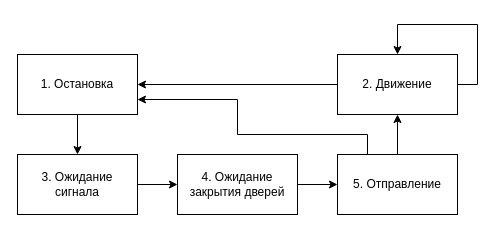
The draw.io diagram lab4/graph/cabin.drawio in NikitaKot1/OOP, before the edit. Source tidied: cells renumbered, new cells numbered last; positions are measured from the earlier drawing's top-left corner, leaving out a move shared by most shapes. Both pictures are drawn from the tidied source at 100%, with x=0, y=0 at pixel (17, 24).
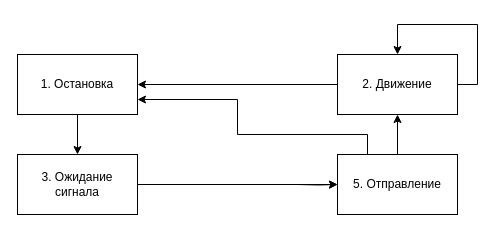
Above is the later version.

Diff of the diagram source:
```diff
@@
 <mxGraphModel>
   <root>
     <mxCell id="0" />
     <mxCell id="1" parent="0" />
     <mxCell id="2" style="edgeStyle=orthogonalEdgeStyle;rounded=0;jettySize=auto;html=1;entryX=0.5;entryY=0;entryDx=0;entryDy=0;" parent="1" edge="1" source="3" target="5">
       <mxGeometry relative="1" as="geometry" />
     </mxCell>
     <mxCell id="3" value="1. Остановка" style="rounded=0;whiteSpace=wrap;html=1;" parent="1" vertex="1">
       <mxGeometry y="30" width="120" height="60" as="geometry" />
     </mxCell>
-    <mxCell id="4" style="edgeStyle=orthogonalEdgeStyle;rounded=0;jettySize=auto;html=1;entryX=0;entryY=0.5;entryDx=0;entryDy=0;" parent="1" edge="1" source="5" target="7">
-      <mxGeometry relative="1" as="geometry" />
-    </mxCell>
+    <mxCell id="14" style="edgeStyle=orthogonalEdgeStyle;rounded=0;jettySize=auto;html=1;entryX=0;entryY=0.5;entryDx=0;entryDy=0;" parent="1" edge="1" source="5" target="10">
+      <mxGeometry relative="1" as="geometry" />
+    </mxCell>
     <mxCell id="5" value="3. Ожидание сигнала" style="rounded=0;whiteSpace=wrap;html=1;" parent="1" vertex="1">
       <mxGeometry y="130" width="120" height="60" as="geometry" />
     </mxCell>
-    <mxCell id="6" style="edgeStyle=orthogonalEdgeStyle;rounded=0;jettySize=auto;html=1;" parent="1" edge="1" source="7" target="10">
-      <mxGeometry relative="1" as="geometry" />
+    <mxCell id="6" style="edgeStyle=orthogonalEdgeStyle;rounded=0;jettySize=auto;html=1;" parent="1" edge="1" target="10">
+      <mxGeometry relative="1" as="geometry">
+        <mxPoint x="280" y="160" as="sourcePoint" />
+      </mxGeometry>
     </mxCell>
-    <mxCell id="7" value="4. Ожидание закрытия дверей" style="rounded=0;whiteSpace=wrap;html=1;" parent="1" vertex="1">
-      <mxGeometry x="160" y="130" width="120" height="60" as="geometry" />
-    </mxCell>
     <mxCell id="8" style="edgeStyle=orthogonalEdgeStyle;rounded=0;jettySize=auto;html=1;entryX=0.5;entryY=1;entryDx=0;entryDy=0;" parent="1" edge="1" source="10" target="12">
       <mxGeometry relative="1" as="geometry" />
     </mxCell>
     <mxCell id="9" style="edgeStyle=orthogonalEdgeStyle;rounded=0;jettySize=auto;html=1;entryX=1;entryY=0.75;entryDx=0;entryDy=0;" parent="1" edge="1" source="10" target="3">
       <mxGeometry relative="1" as="geometry">
         <Array as="points">
           <mxPoint x="350" y="110" />
           <mxPoint x="220" y="110" />
           <mxPoint x="220" y="75" />
         </Array>
       </mxGeometry>
     </mxCell>
     <mxCell id="10" value="5. Отправление" style="rounded=0;whiteSpace=wrap;html=1;" parent="1" vertex="1">
       <mxGeometry x="320" y="130" width="120" height="60" as="geometry" />
     </mxCell>
     <mxCell id="11" style="edgeStyle=orthogonalEdgeStyle;rounded=0;jettySize=auto;html=1;entryX=1;entryY=0.5;entryDx=0;entryDy=0;" parent="1" edge="1" source="12" target="3">
       <mxGeometry relative="1" as="geometry" />
     </mxCell>
     <mxCell id="12" value="2. Движение" style="rounded=0;whiteSpace=wrap;html=1;" parent="1" vertex="1">
       <mxGeometry x="320" y="30" width="120" height="60" as="geometry" />
     </mxCell>
     <mxCell id="13" style="edgeStyle=orthogonalEdgeStyle;rounded=0;orthogonalLoop=1;jettySize=auto;html=1;" parent="1" edge="1" source="12" target="12">
       <mxGeometry relative="1" as="geometry">
         <Array as="points">
           <mxPoint x="460" y="60" />
           <mxPoint x="450" />
         </Array>
       </mxGeometry>
     </mxCell>
   </root>
 </mxGraphModel>
```
